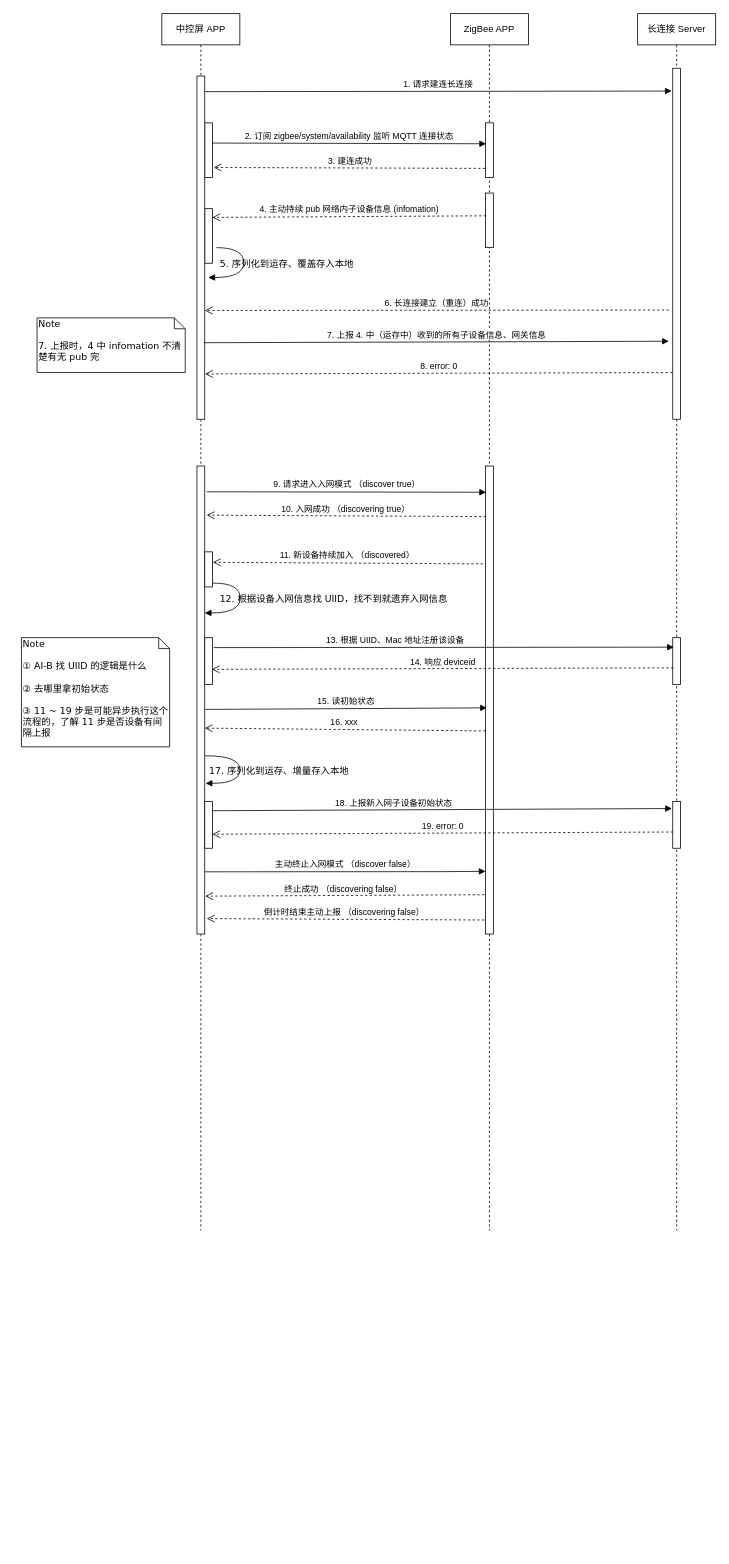
This is ZigBee 方案时序.drawio from FE-Sadhu/diagram, a draw.io file, before an edit. Source tidied: cells renumbered, new cells numbered last; positions are measured from the earlier drawing's top-left corner, leaving out a move shared by most shapes. Both pictures are drawn from the tidied source at 78%, with x=0, y=0 at pixel (21, 13).
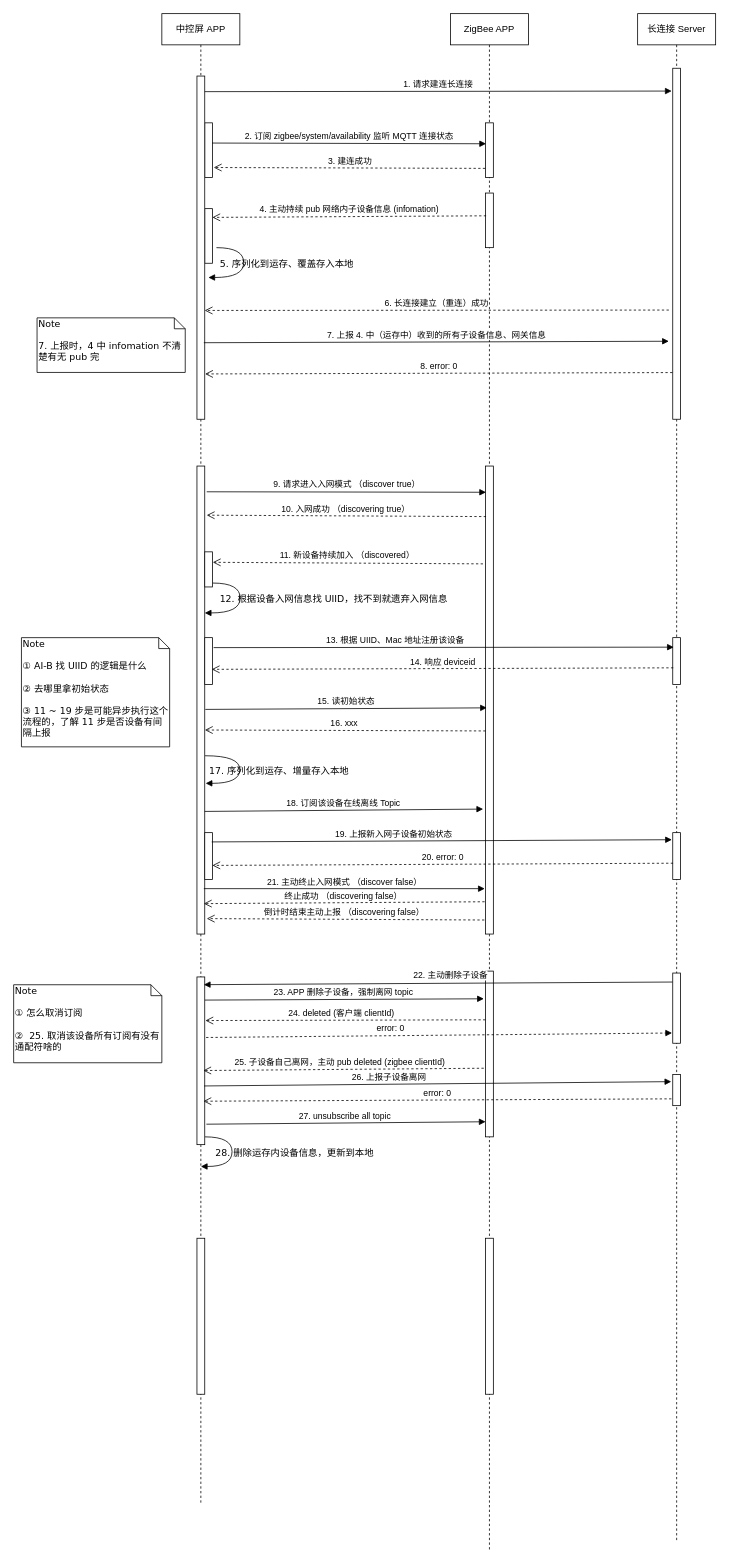
After the change.

Unchanged cells that the change refers to:
```xml
<mxCell id="8" style="html=1;points=[];perimeter=orthogonalPerimeter;rounded=0;shadow=0;comic=0;labelBackgroundColor=none;strokeWidth=1;fontFamily=Verdana;fontSize=12;align=center;" parent="2" vertex="1">
  <mxGeometry x="45" y="580" width="10" height="600" as="geometry" />
</mxCell>
<mxCell id="17" style="html=1;points=[];perimeter=orthogonalPerimeter;rounded=0;shadow=0;comic=0;labelBackgroundColor=none;strokeWidth=1;fontFamily=Verdana;fontSize=12;align=center;" parent="14" vertex="1">
  <mxGeometry x="45" y="580" width="10" height="600" as="geometry" />
</mxCell>
```

Diff of the diagram source:
```diff
@@
     <mxCell id="2" value="中控屏 APP" style="shape=umlLifeline;perimeter=lifelinePerimeter;whiteSpace=wrap;html=1;" parent="1" vertex="1">
-      <mxGeometry x="180" width="100" height="1560" as="geometry" />
+      <mxGeometry x="180" width="100" height="1910" as="geometry" />
     </mxCell>
@@
     <mxCell id="12" style="html=1;points=[];perimeter=orthogonalPerimeter;" parent="2" vertex="1">
-      <mxGeometry x="55" y="1010" width="10" height="60" as="geometry" />
+      <mxGeometry x="55" y="1050" width="10" height="60" as="geometry" />
     </mxCell>
@@
+    <mxCell id="42" style="html=1;perimeter=orthogonalPerimeter;" parent="2" vertex="1">
+      <mxGeometry x="45" y="1570" width="10" height="200" as="geometry" />
+    </mxCell>
+    <mxCell id="43" style="html=1;points=[];perimeter=orthogonalPerimeter;" parent="2" vertex="1">
+      <mxGeometry x="45" y="1235" width="10" height="215" as="geometry" />
+    </mxCell>
+    <mxCell id="44" value="28. 删除运存内设备信息，更新到本地" style="html=1;verticalAlign=bottom;endArrow=block;labelBackgroundColor=none;fontFamily=Verdana;fontSize=12;elbow=vertical;edgeStyle=orthogonalEdgeStyle;curved=1;" parent="2" edge="1">
+      <mxGeometry x="0.15" y="80" relative="1" as="geometry">
+        <mxPoint x="55.4" y="1440" as="sourcePoint" />
+        <mxPoint x="50" y="1478" as="targetPoint" />
+        <Array as="points">
+          <mxPoint x="90" y="1440" />
+          <mxPoint x="90" y="1478" />
+        </Array>
+      </mxGeometry>
+    </mxCell>
     <mxCell id="14" value="ZigBee APP" style="shape=umlLifeline;perimeter=lifelinePerimeter;whiteSpace=wrap;html=1;" parent="1" vertex="1">
-      <mxGeometry x="550" width="100" height="1560" as="geometry" />
+      <mxGeometry x="550" width="100" height="1970" as="geometry" />
     </mxCell>
@@
+    <mxCell id="45" style="html=1;perimeter=orthogonalPerimeter;" parent="14" vertex="1">
+      <mxGeometry x="45" y="1570" width="10" height="200" as="geometry" />
+    </mxCell>
+    <mxCell id="46" style="html=1;points=[];perimeter=orthogonalPerimeter;" parent="14" vertex="1">
+      <mxGeometry x="45" y="1227.5" width="10" height="212.5" as="geometry" />
+    </mxCell>
     <mxCell id="18" value="长连接 Server" style="shape=umlLifeline;perimeter=lifelinePerimeter;whiteSpace=wrap;html=1;" parent="1" vertex="1">
-      <mxGeometry x="790" width="100" height="1560" as="geometry" />
+      <mxGeometry x="790" width="100" height="1960" as="geometry" />
     </mxCell>
@@
     <mxCell id="21" style="html=1;points=[];perimeter=orthogonalPerimeter;rounded=0;shadow=0;comic=0;labelBackgroundColor=none;strokeWidth=1;fontFamily=Verdana;fontSize=12;align=center;" parent="18" vertex="1">
-      <mxGeometry x="45" y="1010" width="10" height="60" as="geometry" />
+      <mxGeometry x="45" y="1050" width="10" height="60" as="geometry" />
     </mxCell>
+    <mxCell id="47" style="html=1;points=[];perimeter=orthogonalPerimeter;rounded=0;shadow=0;comic=0;labelBackgroundColor=none;strokeWidth=1;fontFamily=Verdana;fontSize=12;align=center;" parent="18" vertex="1">
+      <mxGeometry x="45" y="1230" width="10" height="90" as="geometry" />
+    </mxCell>
+    <mxCell id="48" style="html=1;points=[];perimeter=orthogonalPerimeter;rounded=0;shadow=0;comic=0;labelBackgroundColor=none;strokeWidth=1;fontFamily=Verdana;fontSize=12;align=center;" parent="18" vertex="1">
+      <mxGeometry x="45" y="1360" width="10" height="40" as="geometry" />
+    </mxCell>
@@
-    <mxCell id="29" value="主动终止入网模式 （discover false）" style="html=1;verticalAlign=bottom;endArrow=block;rounded=0;exitX=0.99;exitY=0.867;exitDx=0;exitDy=0;exitPerimeter=0;entryX=0.003;entryY=0.866;entryDx=0;entryDy=0;entryPerimeter=0;" parent="1" edge="1" source="8" target="17">
-      <mxGeometry relative="1" as="geometry">
-        <Array as="points">
-          <mxPoint x="540" y="1100" />
-        </Array>
-      </mxGeometry>
+    <mxCell id="29" value="21. 主动终止入网模式 （discover false）" style="html=1;verticalAlign=bottom;endArrow=block;rounded=0;exitX=0.882;exitY=0.903;exitDx=0;exitDy=0;exitPerimeter=0;entryX=-0.1;entryY=0.903;entryDx=0;entryDy=0;entryPerimeter=0;" parent="1" edge="1" source="8" target="17">
+      <mxGeometry relative="1" as="geometry" />
     </mxCell>
-    <mxCell id="30" value="终止成功 （discovering false）&amp;nbsp;" style="html=1;verticalAlign=bottom;endArrow=open;dashed=1;endSize=8;rounded=0;entryX=1.061;entryY=0.919;entryDx=0;entryDy=0;entryPerimeter=0;exitX=-0.153;exitY=0.916;exitDx=0;exitDy=0;exitPerimeter=0;" parent="1" edge="1" source="17" target="8">
+    <mxCell id="30" value="终止成功 （discovering false）&amp;nbsp;" style="html=1;verticalAlign=bottom;endArrow=open;dashed=1;endSize=8;rounded=0;entryX=0.882;entryY=0.935;entryDx=0;entryDy=0;entryPerimeter=0;exitX=-0.118;exitY=0.931;exitDx=0;exitDy=0;exitPerimeter=0;" parent="1" edge="1" source="17" target="8">
       <mxGeometry relative="1" as="geometry" />
     </mxCell>
@@
-    <mxCell id="39" value="16. xxx&amp;nbsp;" style="html=1;verticalAlign=bottom;endArrow=open;dashed=1;endSize=8;rounded=0;entryX=1.003;entryY=0.56;entryDx=0;entryDy=0;entryPerimeter=0;exitX=0.003;exitY=0.566;exitDx=0;exitDy=0;exitPerimeter=0;" parent="1" edge="1" source="17" target="8">
+    <mxCell id="39" value="16. xxx&amp;nbsp;" style="html=1;verticalAlign=bottom;endArrow=open;dashed=1;endSize=8;rounded=0;entryX=1.018;entryY=0.564;entryDx=0;entryDy=0;entryPerimeter=0;exitX=0.003;exitY=0.566;exitDx=0;exitDy=0;exitPerimeter=0;" parent="1" edge="1" source="17" target="8">
       <mxGeometry relative="1" as="geometry" />
     </mxCell>
-    <mxCell id="40" value="18. 上报新入网子设备初始状态" style="html=1;verticalAlign=bottom;endArrow=block;rounded=0;entryX=-0.108;entryY=0.151;entryDx=0;entryDy=0;entryPerimeter=0;exitX=0.892;exitY=0.198;exitDx=0;exitDy=0;exitPerimeter=0;" parent="1" edge="1" source="12" target="21">
+    <mxCell id="40" value="19. 上报新入网子设备初始状态" style="html=1;verticalAlign=bottom;endArrow=block;rounded=0;entryX=-0.108;entryY=0.151;entryDx=0;entryDy=0;entryPerimeter=0;exitX=0.892;exitY=0.198;exitDx=0;exitDy=0;exitPerimeter=0;" parent="1" edge="1" source="12" target="21">
       <mxGeometry x="-0.21" relative="1" as="geometry" />
     </mxCell>
-    <mxCell id="41" value="19. error: 0" style="html=1;verticalAlign=bottom;endArrow=open;dashed=1;endSize=8;rounded=0;entryX=0.97;entryY=0.7;entryDx=0;entryDy=0;entryPerimeter=0;exitX=0.042;exitY=0.653;exitDx=0;exitDy=0;exitPerimeter=0;" parent="1" edge="1" source="21" target="12">
+    <mxCell id="41" value="20. error: 0" style="html=1;verticalAlign=bottom;endArrow=open;dashed=1;endSize=8;rounded=0;entryX=0.97;entryY=0.7;entryDx=0;entryDy=0;entryPerimeter=0;exitX=0.042;exitY=0.653;exitDx=0;exitDy=0;exitPerimeter=0;" parent="1" edge="1" source="21" target="12">
       <mxGeometry relative="1" as="geometry" />
     </mxCell>
+    <mxCell id="49" value="18. 订阅该设备在线离线 Topic&amp;nbsp;" style="html=1;verticalAlign=bottom;endArrow=block;rounded=0;exitX=0.991;exitY=0.738;exitDx=0;exitDy=0;exitPerimeter=0;entryX=-0.309;entryY=0.733;entryDx=0;entryDy=0;entryPerimeter=0;" parent="1" edge="1" source="8" target="17">
+      <mxGeometry relative="1" as="geometry" />
+    </mxCell>
+    <mxCell id="50" value="23. APP 删除子设备，强制离网 topic&amp;nbsp;" style="html=1;verticalAlign=bottom;endArrow=block;rounded=0;exitX=1.018;exitY=0.138;exitDx=0;exitDy=0;exitPerimeter=0;entryX=-0.218;entryY=0.167;entryDx=0;entryDy=0;entryPerimeter=0;" parent="1" edge="1" source="43" target="46">
+      <mxGeometry relative="1" as="geometry" />
+    </mxCell>
+    <mxCell id="51" value="24. deleted (客户端 clientId)" style="html=1;verticalAlign=bottom;endArrow=open;dashed=1;endSize=8;rounded=0;entryX=1.082;entryY=0.26;entryDx=0;entryDy=0;entryPerimeter=0;exitX=-0.018;exitY=0.294;exitDx=0;exitDy=0;exitPerimeter=0;" parent="1" edge="1" source="46" target="43">
+      <mxGeometry x="0.03" relative="1" as="geometry" />
+    </mxCell>
+    <mxCell id="52" value="25. 子设备自己离网，主动 pub deleted (zigbee clientId)" style="html=1;verticalAlign=bottom;endArrow=open;dashed=1;endSize=8;rounded=0;entryX=0.809;entryY=0.558;entryDx=0;entryDy=0;entryPerimeter=0;exitX=-0.227;exitY=0.586;exitDx=0;exitDy=0;exitPerimeter=0;" parent="1" edge="1" source="46" target="43">
+      <mxGeometry x="0.03" relative="1" as="geometry" />
+    </mxCell>
+    <mxCell id="53" value="27. unsubscribe all topic&amp;nbsp;" style="html=1;verticalAlign=bottom;endArrow=block;rounded=0;exitX=1.209;exitY=0.878;exitDx=0;exitDy=0;exitPerimeter=0;entryX=0.009;entryY=0.909;entryDx=0;entryDy=0;entryPerimeter=0;" parent="1" edge="1" source="43" target="46">
+      <mxGeometry relative="1" as="geometry" />
+    </mxCell>
+    <mxCell id="54" value="Note&lt;br&gt;&lt;br&gt;① 怎么取消订阅&lt;br&gt;&lt;br&gt;②&amp;nbsp; 25. 取消该设备所有订阅有没有通配符啥的" style="shape=note;whiteSpace=wrap;html=1;size=14;verticalAlign=top;align=left;spacingTop=-6;rounded=0;shadow=0;comic=0;labelBackgroundColor=none;strokeWidth=1;fontFamily=Verdana;fontSize=12;" parent="1" vertex="1">
+      <mxGeometry x="-10" y="1245" width="190" height="100" as="geometry" />
+    </mxCell>
+    <mxCell id="55" value="22. 主动删除子设备" style="html=1;verticalAlign=bottom;endArrow=block;rounded=0;entryX=0.882;entryY=0.046;entryDx=0;entryDy=0;entryPerimeter=0;exitX=-0.027;exitY=0.128;exitDx=0;exitDy=0;exitPerimeter=0;" parent="1" edge="1" source="47" target="43">
+      <mxGeometry x="-0.05" y="-1" relative="1" as="geometry" />
+    </mxCell>
+    <mxCell id="56" value="error: 0" style="html=1;verticalAlign=bottom;endArrow=block;rounded=0;entryX=-0.091;entryY=0.854;entryDx=0;entryDy=0;entryPerimeter=0;exitX=1.173;exitY=0.361;exitDx=0;exitDy=0;exitPerimeter=0;dashed=1;" parent="1" edge="1" source="43" target="47">
+      <mxGeometry x="-0.21" relative="1" as="geometry" />
+    </mxCell>
+    <mxCell id="57" value="26. 上报子设备离网" style="html=1;verticalAlign=bottom;endArrow=block;rounded=0;entryX=-0.191;entryY=0.23;entryDx=0;entryDy=0;entryPerimeter=0;exitX=0.909;exitY=0.65;exitDx=0;exitDy=0;exitPerimeter=0;" parent="1" edge="1" source="43" target="48">
+      <mxGeometry x="-0.21" relative="1" as="geometry" />
+    </mxCell>
+    <mxCell id="58" value="error: 0" style="html=1;verticalAlign=bottom;endArrow=open;dashed=1;endSize=8;rounded=0;entryX=0.827;entryY=0.741;entryDx=0;entryDy=0;entryPerimeter=0;exitX=-0.173;exitY=0.782;exitDx=0;exitDy=0;exitPerimeter=0;" parent="1" edge="1" source="48" target="43">
+      <mxGeometry relative="1" as="geometry" />
+    </mxCell>
```
